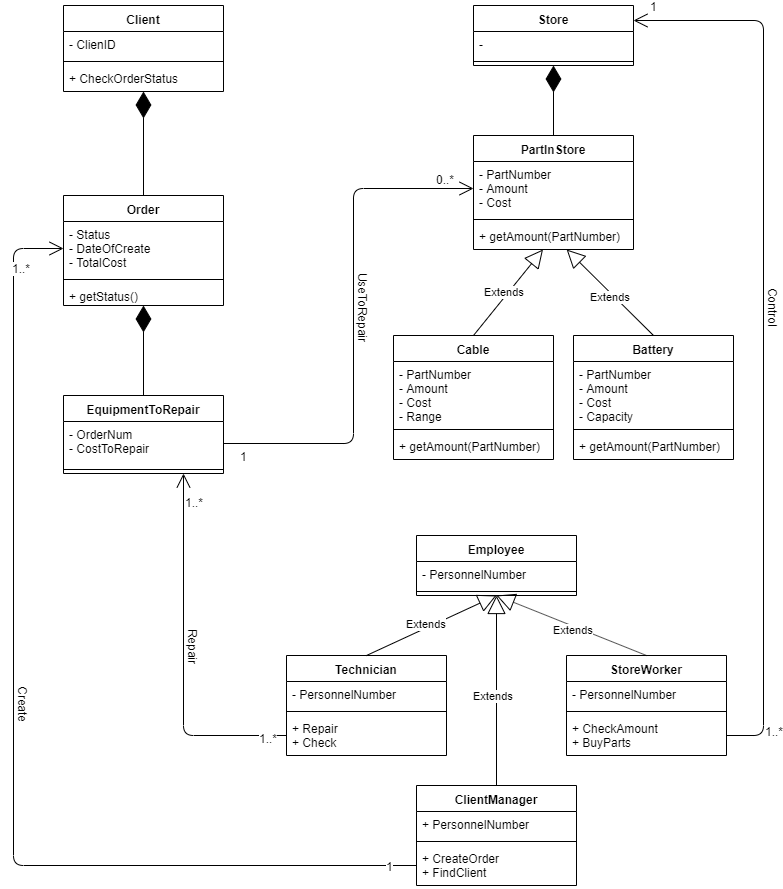
Above: UML/UML.png in lylaka3/IS (draw.io), before the change. Source tidied: cells renumbered, new cells last; positions are measured from the earlier drawing's top-left corner, leaving out a move shared by most shapes.
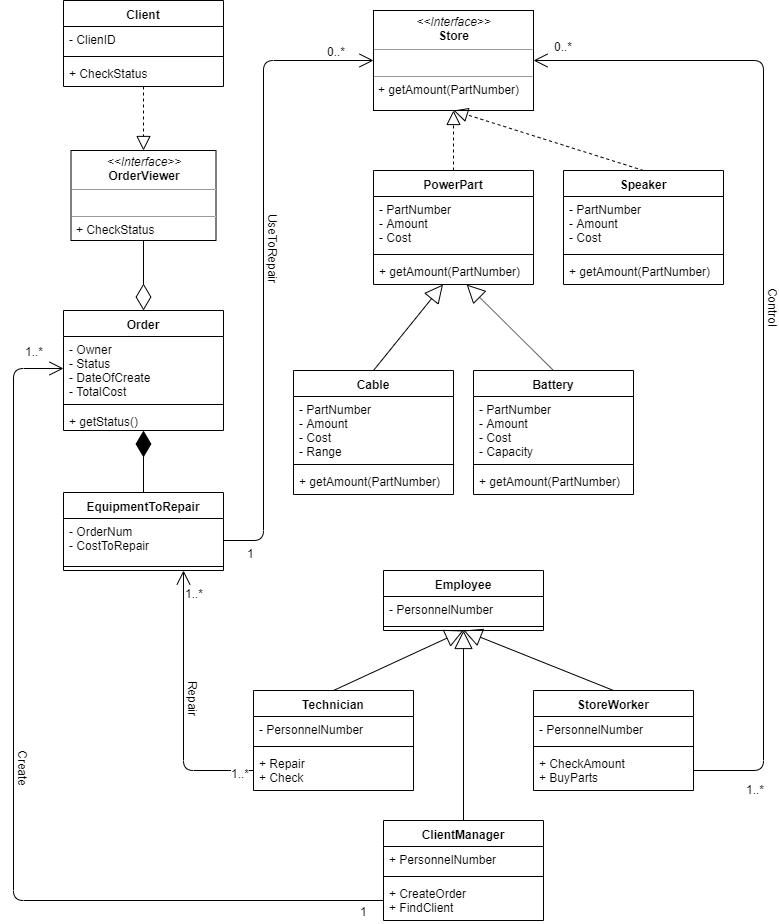
Later version of the same file.

Commit message:
change UML diagramm

Diff of the diagram source:
```diff
@@ -3,19 +3,19 @@
     <mxCell id="0" />
     <mxCell id="1" parent="0" />
     <mxCell id="2" value="Order" style="swimlane;fontStyle=1;align=center;verticalAlign=top;horizontal=1;startSize=26;" parent="1" vertex="1">
-      <mxGeometry x="50" y="190" width="160" height="110" as="geometry" />
+      <mxGeometry x="50" y="270" width="160" height="120" as="geometry" />
     </mxCell>
-    <mxCell id="3" value="- Status&#10;- DateOfCreate&#10;- TotalCost" style="text;strokeColor=none;fillColor=none;align=left;verticalAlign=top;spacingLeft=4;spacingRight=4;overflow=hidden;points=[[0,0.5],[1,0.5]];portConstraint=eastwest;" parent="2" vertex="1">
-      <mxGeometry y="26" width="160" height="54" as="geometry" />
+    <mxCell id="3" value="- Owner&#10;- Status&#10;- DateOfCreate&#10;- TotalCost" style="text;strokeColor=none;fillColor=none;align=left;verticalAlign=top;spacingLeft=4;spacingRight=4;overflow=hidden;points=[[0,0.5],[1,0.5]];portConstraint=eastwest;" parent="2" vertex="1">
+      <mxGeometry y="26" width="160" height="64" as="geometry" />
     </mxCell>
     <mxCell id="4" style="line;strokeWidth=1;fillColor=none;align=left;verticalAlign=middle;spacingTop=-1;spacingLeft=3;spacingRight=3;labelPosition=right;" parent="2" vertex="1">
-      <mxGeometry y="80" width="160" height="8" as="geometry" />
+      <mxGeometry y="90" width="160" height="8" as="geometry" />
     </mxCell>
     <mxCell id="5" value="+ getStatus()" style="text;strokeColor=none;fillColor=none;align=left;verticalAlign=top;spacingLeft=4;spacingRight=4;overflow=hidden;" parent="2" vertex="1">
-      <mxGeometry y="88" width="160" height="22" as="geometry" />
+      <mxGeometry y="98" width="160" height="22" as="geometry" />
     </mxCell>
-    <mxCell id="6" value="PartInStore" style="swimlane;fontStyle=1;align=center;verticalAlign=top;horizontal=1;startSize=26;" parent="1" vertex="1">
-      <mxGeometry x="460" y="130" width="160" height="114" as="geometry" />
+    <mxCell id="6" value="PowerPart" style="swimlane;fontStyle=1;align=center;verticalAlign=top;horizontal=1;startSize=26;" parent="1" vertex="1">
+      <mxGeometry x="360" y="130" width="160" height="114" as="geometry" />
     </mxCell>
     <mxCell id="7" value="- PartNumber&#10;- Amount&#10;- Cost" style="text;strokeColor=none;fillColor=none;align=left;verticalAlign=top;spacingLeft=4;spacingRight=4;overflow=hidden;points=[[0,0.5],[1,0.5]];portConstraint=eastwest;" parent="6" vertex="1">
       <mxGeometry y="26" width="160" height="54" as="geometry" />
@@ -27,7 +27,7 @@
       <mxGeometry y="88" width="160" height="26" as="geometry" />
     </mxCell>
     <mxCell id="10" value="Employee" style="swimlane;fontStyle=1;align=center;verticalAlign=top;horizontal=1;startSize=26;" parent="1" vertex="1">
-      <mxGeometry x="403" y="530" width="160" height="60" as="geometry" />
+      <mxGeometry x="370" y="530" width="160" height="60" as="geometry" />
     </mxCell>
     <mxCell id="11" value="- PersonnelNumber" style="text;strokeColor=none;fillColor=none;align=left;verticalAlign=top;spacingLeft=4;spacingRight=4;overflow=hidden;" parent="10" vertex="1">
       <mxGeometry y="26" width="160" height="26" as="geometry" />
@@ -36,7 +36,7 @@
       <mxGeometry y="52" width="160" height="8" as="geometry" />
     </mxCell>
     <mxCell id="13" value="StoreWorker" style="swimlane;fontStyle=1;align=center;verticalAlign=top;horizontal=1;startSize=26;" parent="1" vertex="1">
-      <mxGeometry x="553" y="650" width="160" height="100" as="geometry" />
+      <mxGeometry x="520" y="650" width="160" height="100" as="geometry" />
     </mxCell>
     <mxCell id="14" value="- PersonnelNumber" style="text;strokeColor=none;fillColor=none;align=left;verticalAlign=top;spacingLeft=4;spacingRight=4;overflow=hidden;" parent="13" vertex="1">
       <mxGeometry y="26" width="160" height="26" as="geometry" />
@@ -47,11 +47,11 @@
     <mxCell id="16" value="+ CheckAmount&#10;+ BuyParts" style="text;strokeColor=none;fillColor=none;align=left;verticalAlign=top;spacingLeft=4;spacingRight=4;overflow=hidden;points=[[0,0.5],[1,0.5]];portConstraint=eastwest;" parent="13" vertex="1">
       <mxGeometry y="60" width="160" height="40" as="geometry" />
     </mxCell>
-    <mxCell id="17" value="Extends" style="endArrow=block;endSize=16;endFill=0;html=1;entryX=0.5;entryY=1;entryDx=0;entryDy=0;exitX=0.5;exitY=0;exitDx=0;exitDy=0;" parent="1" edge="1" source="13" target="10">
+    <mxCell id="17" style="endArrow=block;endSize=16;endFill=0;html=1;entryX=0.5;entryY=1;entryDx=0;entryDy=0;exitX=0.5;exitY=0;exitDx=0;exitDy=0;" parent="1" edge="1" source="13" target="10">
       <mxGeometry x="-0.05" y="3" relative="1" as="geometry" />
     </mxCell>
     <mxCell id="18" value="EquipmentToRepair" style="swimlane;fontStyle=1;align=center;verticalAlign=top;horizontal=1;startSize=26;" parent="1" vertex="1">
-      <mxGeometry x="50" y="390" width="160" height="78" as="geometry" />
+      <mxGeometry x="50" y="452" width="160" height="78" as="geometry" />
     </mxCell>
     <mxCell id="19" value="- OrderNum&#10;- CostToRepair" style="text;strokeColor=none;fillColor=none;align=left;verticalAlign=top;spacingLeft=4;spacingRight=4;overflow=hidden;points=[[0,0.5],[1,0.5]];portConstraint=eastwest;" parent="18" vertex="1">
       <mxGeometry y="26" width="160" height="44" as="geometry" />
@@ -63,7 +63,7 @@
       <mxGeometry relative="1" as="geometry" />
     </mxCell>
     <mxCell id="22" value="Technician" style="swimlane;fontStyle=1;align=center;verticalAlign=top;horizontal=1;startSize=26;" parent="1" vertex="1">
-      <mxGeometry x="273" y="650" width="160" height="100" as="geometry" />
+      <mxGeometry x="240" y="650" width="160" height="100" as="geometry" />
     </mxCell>
     <mxCell id="23" value="- PersonnelNumber" style="text;strokeColor=none;fillColor=none;align=left;verticalAlign=top;spacingLeft=4;spacingRight=4;overflow=hidden;" parent="22" vertex="1">
       <mxGeometry y="26" width="160" height="26" as="geometry" />
@@ -74,7 +74,7 @@
     <mxCell id="25" value="+ Repair&#10;+ Check" style="text;strokeColor=none;fillColor=none;align=left;verticalAlign=top;spacingLeft=4;spacingRight=4;overflow=hidden;points=[[0,0.5],[1,0.5]];portConstraint=eastwest;" parent="22" vertex="1">
       <mxGeometry y="60" width="160" height="40" as="geometry" />
     </mxCell>
-    <mxCell id="26" value="Extends" style="endArrow=block;endSize=16;endFill=0;html=1;entryX=0.5;entryY=1;entryDx=0;entryDy=0;exitX=0.5;exitY=0;exitDx=0;exitDy=0;" parent="1" edge="1" source="22" target="10">
+    <mxCell id="26" style="endArrow=block;endSize=16;endFill=0;html=1;entryX=0.5;entryY=1;entryDx=0;entryDy=0;exitX=0.5;exitY=0;exitDx=0;exitDy=0;" parent="1" edge="1" source="22" target="10">
       <mxGeometry x="-0.05" y="3" relative="1" as="geometry" />
     </mxCell>
     <mxCell id="27" style="endArrow=open;endFill=1;endSize=12;html=1;exitX=0;exitY=0.5;exitDx=0;exitDy=0;edgeStyle=orthogonalEdgeStyle;entryX=0.75;entryY=1;entryDx=0;entryDy=0;" parent="1" edge="1" source="25" target="18">
@@ -95,11 +95,11 @@
         <mxPoint x="12" as="offset" />
       </mxGeometry>
     </mxCell>
-    <mxCell id="31" style="endArrow=open;endFill=1;endSize=12;html=1;edgeStyle=orthogonalEdgeStyle;entryX=1;entryY=0.25;entryDx=0;entryDy=0;exitX=1;exitY=0.5;exitDx=0;exitDy=0;" parent="1" edge="1" source="16" target="49">
+    <mxCell id="31" style="endArrow=open;endFill=1;endSize=12;html=1;edgeStyle=orthogonalEdgeStyle;entryX=1;entryY=0.5;entryDx=0;entryDy=0;exitX=1;exitY=0.5;exitDx=0;exitDy=0;" parent="1" edge="1" source="16" target="70">
       <mxGeometry relative="1" as="geometry">
         <Array as="points">
           <mxPoint x="750" y="730" />
-          <mxPoint x="750" y="15" />
+          <mxPoint x="750" y="20" />
         </Array>
       </mxGeometry>
     </mxCell>
@@ -108,7 +108,7 @@
         <mxPoint x="2" y="10" as="offset" />
       </mxGeometry>
     </mxCell>
-    <mxCell id="33" value="1" style="text;html=1;align=center;verticalAlign=middle;labelBackgroundColor=#ffffff;" parent="31" vertex="1">
+    <mxCell id="33" value="0..*" style="text;html=1;align=center;verticalAlign=middle;labelBackgroundColor=#ffffff;" parent="31" vertex="1">
       <mxGeometry x="0.85" y="1" relative="1" as="geometry">
         <mxPoint x="-44" y="-16" as="offset" />
       </mxGeometry>
@@ -119,7 +119,7 @@
       </mxGeometry>
     </mxCell>
     <mxCell id="35" value="ClientManager" style="swimlane;fontStyle=1;align=center;verticalAlign=top;horizontal=1;startSize=26;" parent="1" vertex="1">
-      <mxGeometry x="403" y="780" width="160" height="100" as="geometry" />
+      <mxGeometry x="370" y="780" width="160" height="100" as="geometry" />
     </mxCell>
     <mxCell id="36" value="+ PersonnelNumber" style="text;strokeColor=none;fillColor=none;align=left;verticalAlign=top;spacingLeft=4;spacingRight=4;overflow=hidden;" parent="35" vertex="1">
       <mxGeometry y="26" width="160" height="26" as="geometry" />
@@ -130,27 +130,27 @@
     <mxCell id="38" value="+ CreateOrder&#10;+ FindClient" style="text;strokeColor=none;fillColor=none;align=left;verticalAlign=top;spacingLeft=4;spacingRight=4;overflow=hidden;points=[[0,0.5],[1,0.5]];portConstraint=eastwest;" parent="35" vertex="1">
       <mxGeometry y="60" width="160" height="40" as="geometry" />
     </mxCell>
-    <mxCell id="39" value="Extends" style="endArrow=block;endSize=16;endFill=0;html=1;exitX=0.5;exitY=0;exitDx=0;exitDy=0;" parent="1" edge="1" source="35">
+    <mxCell id="39" style="endArrow=block;endSize=16;endFill=0;html=1;exitX=0.5;exitY=0;exitDx=0;exitDy=0;" parent="1" edge="1" source="35">
       <mxGeometry x="-0.05" y="3" relative="1" as="geometry">
-        <mxPoint x="483" y="590" as="targetPoint" />
+        <mxPoint x="450" y="590" as="targetPoint" />
       </mxGeometry>
     </mxCell>
     <mxCell id="40" style="endArrow=open;endFill=1;endSize=12;html=1;exitX=0;exitY=0.5;exitDx=0;exitDy=0;edgeStyle=orthogonalEdgeStyle;entryX=0;entryY=0.5;entryDx=0;entryDy=0;" parent="1" edge="1" source="38" target="3">
       <mxGeometry relative="1" as="geometry">
         <Array as="points">
           <mxPoint y="860" />
-          <mxPoint y="243" />
+          <mxPoint y="328" />
         </Array>
       </mxGeometry>
     </mxCell>
     <mxCell id="41" value="1" style="text;html=1;align=center;verticalAlign=middle;labelBackgroundColor=#ffffff;direction=south;" parent="40" vertex="1">
       <mxGeometry x="-0.88" y="-8" relative="1" as="geometry">
-        <mxPoint x="36" y="8" as="offset" />
+        <mxPoint x="36" y="18" as="offset" />
       </mxGeometry>
     </mxCell>
     <mxCell id="42" value="1..*" style="text;html=1;align=center;verticalAlign=middle;labelBackgroundColor=#ffffff;" parent="40" vertex="1">
       <mxGeometry x="0.85" y="1" relative="1" as="geometry">
-        <mxPoint x="8.5" y="-9" as="offset" />
+        <mxPoint x="21" y="-37" as="offset" />
       </mxGeometry>
     </mxCell>
     <mxCell id="43" value="Create" style="text;html=1;align=center;verticalAlign=middle;labelBackgroundColor=#ffffff;rotation=90;" parent="40" vertex="1">
@@ -159,7 +159,7 @@
       </mxGeometry>
     </mxCell>
     <mxCell id="44" value="Client" style="swimlane;fontStyle=1;align=center;verticalAlign=top;horizontal=1;startSize=26;" parent="1" vertex="1">
-      <mxGeometry x="50" width="160" height="86" as="geometry" />
+      <mxGeometry x="50" y="-40" width="160" height="86" as="geometry" />
     </mxCell>
     <mxCell id="45" value="- ClienID" style="text;strokeColor=none;fillColor=none;align=left;verticalAlign=top;spacingLeft=4;spacingRight=4;overflow=hidden;" parent="44" vertex="1">
       <mxGeometry y="26" width="160" height="26" as="geometry" />
@@ -167,29 +167,14 @@
     <mxCell id="46" style="line;strokeWidth=1;fillColor=none;align=left;verticalAlign=middle;spacingTop=-1;spacingLeft=3;spacingRight=3;labelPosition=right;" parent="44" vertex="1">
       <mxGeometry y="52" width="160" height="8" as="geometry" />
     </mxCell>
-    <mxCell id="47" value="+ CheckOrderStatus" style="text;strokeColor=none;fillColor=none;align=left;verticalAlign=top;spacingLeft=4;spacingRight=4;overflow=hidden;" parent="44" vertex="1">
+    <mxCell id="47" value="+ CheckStatus" style="text;strokeColor=none;fillColor=none;align=left;verticalAlign=top;spacingLeft=4;spacingRight=4;overflow=hidden;" parent="44" vertex="1">
       <mxGeometry y="60" width="160" height="26" as="geometry" />
     </mxCell>
-    <mxCell id="48" style="endArrow=diamondThin;endFill=1;endSize=24;html=1;exitX=0.5;exitY=0;exitDx=0;exitDy=0;" parent="1" edge="1" source="2" target="44">
-      <mxGeometry relative="1" as="geometry" />
-    </mxCell>
-    <mxCell id="49" value="Store" style="swimlane;fontStyle=1;align=center;verticalAlign=top;horizontal=1;startSize=26;" parent="1" vertex="1">
-      <mxGeometry x="460" width="160" height="60" as="geometry" />
-    </mxCell>
-    <mxCell id="50" value="-" style="text;strokeColor=none;fillColor=none;align=left;verticalAlign=top;spacingLeft=4;spacingRight=4;overflow=hidden;" parent="49" vertex="1">
-      <mxGeometry y="26" width="160" height="26" as="geometry" />
-    </mxCell>
-    <mxCell id="51" style="line;strokeWidth=1;fillColor=none;align=left;verticalAlign=middle;spacingTop=-1;spacingLeft=3;spacingRight=3;labelPosition=right;" parent="49" vertex="1">
-      <mxGeometry y="52" width="160" height="8" as="geometry" />
-    </mxCell>
-    <mxCell id="52" style="endArrow=diamondThin;endFill=1;endSize=24;html=1;edgeStyle=orthogonalEdgeStyle;entryX=0.5;entryY=1;entryDx=0;entryDy=0;exitX=0.5;exitY=0;exitDx=0;exitDy=0;" parent="1" edge="1" source="6" target="49">
-      <mxGeometry relative="1" as="geometry" />
-    </mxCell>
-    <mxCell id="53" style="endArrow=open;endFill=1;endSize=12;html=1;edgeStyle=orthogonalEdgeStyle;exitX=1;exitY=0.5;exitDx=0;exitDy=0;entryX=0;entryY=0.5;entryDx=0;entryDy=0;" parent="1" edge="1" source="19" target="7">
+    <mxCell id="53" style="endArrow=open;endFill=1;endSize=12;html=1;edgeStyle=orthogonalEdgeStyle;exitX=1;exitY=0.5;exitDx=0;exitDy=0;entryX=0;entryY=0.5;entryDx=0;entryDy=0;" parent="1" edge="1" source="19" target="70">
       <mxGeometry relative="1" as="geometry">
         <Array as="points">
-          <mxPoint x="340" y="438" />
-          <mxPoint x="340" y="183" />
+          <mxPoint x="250" y="500" />
+          <mxPoint x="250" y="20" />
         </Array>
       </mxGeometry>
     </mxCell>
@@ -209,7 +194,7 @@
       </mxGeometry>
     </mxCell>
     <mxCell id="57" value="Cable" style="swimlane;fontStyle=1;align=center;verticalAlign=top;horizontal=1;startSize=26;" parent="1" vertex="1">
-      <mxGeometry x="380" y="330" width="160" height="124" as="geometry" />
+      <mxGeometry x="280" y="330" width="160" height="124" as="geometry" />
     </mxCell>
     <mxCell id="58" value="- PartNumber&#10;- Amount&#10;- Cost&#10;- Range" style="text;strokeColor=none;fillColor=none;align=left;verticalAlign=top;spacingLeft=4;spacingRight=4;overflow=hidden;" parent="57" vertex="1">
       <mxGeometry y="26" width="160" height="64" as="geometry" />
@@ -220,11 +205,11 @@
     <mxCell id="60" value="+ getAmount(PartNumber)" style="text;strokeColor=none;fillColor=none;align=left;verticalAlign=top;spacingLeft=4;spacingRight=4;overflow=hidden;" parent="57" vertex="1">
       <mxGeometry y="98" width="160" height="26" as="geometry" />
     </mxCell>
-    <mxCell id="61" value="Extends" style="endArrow=block;endSize=16;endFill=0;html=1;exitX=0.5;exitY=0;exitDx=0;exitDy=0;" parent="1" edge="1" source="57" target="9">
+    <mxCell id="61" style="endArrow=block;endSize=16;endFill=0;html=1;exitX=0.5;exitY=0;exitDx=0;exitDy=0;" parent="1" edge="1" source="57" target="9">
       <mxGeometry x="-0.05" y="3" relative="1" as="geometry" />
     </mxCell>
     <mxCell id="62" value="Battery" style="swimlane;fontStyle=1;align=center;verticalAlign=top;horizontal=1;startSize=26;" parent="1" vertex="1">
-      <mxGeometry x="560" y="330" width="160" height="124" as="geometry" />
+      <mxGeometry x="460" y="330" width="160" height="124" as="geometry" />
     </mxCell>
     <mxCell id="63" value="- PartNumber&#10;- Amount&#10;- Cost&#10;- Capacity" style="text;strokeColor=none;fillColor=none;align=left;verticalAlign=top;spacingLeft=4;spacingRight=4;overflow=hidden;" parent="62" vertex="1">
       <mxGeometry y="26" width="160" height="64" as="geometry" />
@@ -235,8 +220,38 @@
     <mxCell id="65" value="+ getAmount(PartNumber)" style="text;strokeColor=none;fillColor=none;align=left;verticalAlign=top;spacingLeft=4;spacingRight=4;overflow=hidden;" parent="62" vertex="1">
       <mxGeometry y="98" width="160" height="26" as="geometry" />
     </mxCell>
-    <mxCell id="66" value="Extends" style="endArrow=block;endSize=16;endFill=0;html=1;exitX=0.5;exitY=0;exitDx=0;exitDy=0;" parent="1" edge="1" source="62" target="9">
+    <mxCell id="66" style="endArrow=block;endSize=16;endFill=0;html=1;exitX=0.5;exitY=0;exitDx=0;exitDy=0;" parent="1" edge="1" source="62" target="9">
       <mxGeometry x="-0.05" y="3" relative="1" as="geometry" />
     </mxCell>
+    <mxCell id="67" value="&lt;p style=&quot;margin: 0px ; margin-top: 4px ; text-align: center&quot;&gt;&lt;i&gt;&amp;lt;&amp;lt;Interface&amp;gt;&amp;gt;&lt;/i&gt;&lt;br&gt;&lt;b&gt;OrderViewer&lt;/b&gt;&lt;/p&gt;&lt;hr size=&quot;1&quot;&gt;&lt;p style=&quot;margin: 0px ; margin-left: 4px&quot;&gt;&lt;br&gt;&lt;/p&gt;&lt;hr size=&quot;1&quot;&gt;&lt;p style=&quot;margin: 0px ; margin-left: 4px&quot;&gt;+ CheckStatus&lt;br&gt;&lt;br&gt;&lt;/p&gt;" style="verticalAlign=top;align=left;overflow=fill;fontSize=12;fontFamily=Helvetica;html=1;" parent="1" vertex="1">
+      <mxGeometry x="57.5" y="110" width="145" height="90" as="geometry" />
+    </mxCell>
+    <mxCell id="68" style="endArrow=diamondThin;endFill=0;endSize=24;html=1;entryX=0.5;entryY=0;entryDx=0;entryDy=0;exitX=0.5;exitY=1;exitDx=0;exitDy=0;" parent="1" edge="1" source="67" target="2">
+      <mxGeometry relative="1" as="geometry" />
+    </mxCell>
+    <mxCell id="69" style="endArrow=block;dashed=1;endFill=0;endSize=12;html=1;entryX=0.5;entryY=0;entryDx=0;entryDy=0;" parent="1" edge="1" source="44" target="67">
+      <mxGeometry relative="1" as="geometry" />
+    </mxCell>
+    <mxCell id="70" value="&lt;p style=&quot;margin: 0px ; margin-top: 4px ; text-align: center&quot;&gt;&lt;i&gt;&amp;lt;&amp;lt;Interface&amp;gt;&amp;gt;&lt;/i&gt;&lt;br&gt;&lt;b&gt;Store&lt;/b&gt;&lt;/p&gt;&lt;hr size=&quot;1&quot;&gt;&lt;p style=&quot;margin: 0px ; margin-left: 4px&quot;&gt;&lt;br&gt;&lt;/p&gt;&lt;hr size=&quot;1&quot;&gt;&lt;p style=&quot;margin: 0px ; margin-left: 4px&quot;&gt;+ getAmount(PartNumber)&lt;/p&gt;" style="verticalAlign=top;align=left;overflow=fill;fontSize=12;fontFamily=Helvetica;html=1;" parent="1" vertex="1">
+      <mxGeometry x="360" y="-30" width="160" height="100" as="geometry" />
+    </mxCell>
+    <mxCell id="71" style="endArrow=block;dashed=1;endFill=0;endSize=12;html=1;entryX=0.5;entryY=1;entryDx=0;entryDy=0;exitX=0.5;exitY=0;exitDx=0;exitDy=0;" parent="1" edge="1" source="6" target="70">
+      <mxGeometry relative="1" as="geometry" />
+    </mxCell>
+    <mxCell id="72" value="Speaker" style="swimlane;fontStyle=1;align=center;verticalAlign=top;horizontal=1;startSize=26;" parent="1" vertex="1">
+      <mxGeometry x="550" y="130" width="160" height="114" as="geometry" />
+    </mxCell>
+    <mxCell id="73" value="- PartNumber&#10;- Amount&#10;- Cost" style="text;strokeColor=none;fillColor=none;align=left;verticalAlign=top;spacingLeft=4;spacingRight=4;overflow=hidden;" parent="72" vertex="1">
+      <mxGeometry y="26" width="160" height="54" as="geometry" />
+    </mxCell>
+    <mxCell id="74" style="line;strokeWidth=1;fillColor=none;align=left;verticalAlign=middle;spacingTop=-1;spacingLeft=3;spacingRight=3;labelPosition=right;" parent="72" vertex="1">
+      <mxGeometry y="80" width="160" height="8" as="geometry" />
+    </mxCell>
+    <mxCell id="75" value="+ getAmount(PartNumber)" style="text;strokeColor=none;fillColor=none;align=left;verticalAlign=top;spacingLeft=4;spacingRight=4;overflow=hidden;" parent="72" vertex="1">
+      <mxGeometry y="88" width="160" height="26" as="geometry" />
+    </mxCell>
+    <mxCell id="76" style="endArrow=block;dashed=1;endFill=0;endSize=12;html=1;entryX=0.5;entryY=1;entryDx=0;entryDy=0;exitX=0.5;exitY=0;exitDx=0;exitDy=0;" parent="1" edge="1" source="72" target="70">
+      <mxGeometry relative="1" as="geometry" />
+    </mxCell>
   </root>
 </mxGraphModel>
```
